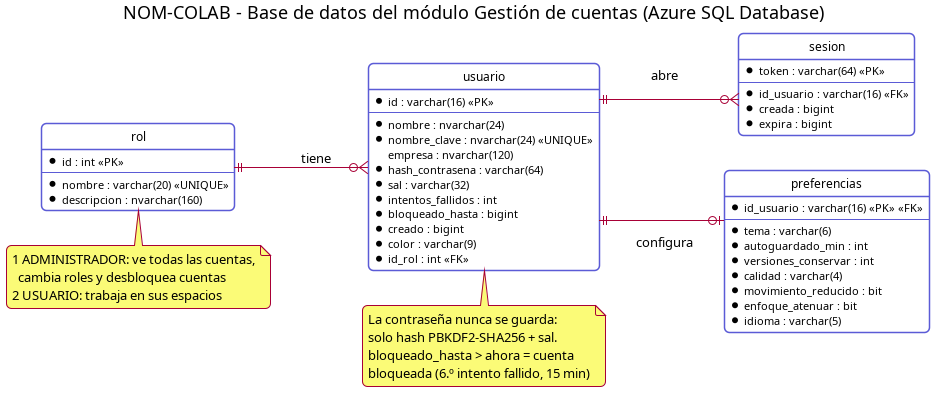
TruTruMaster/NOM-COLAB keeps this PlantUML diagram as 4-CODIGO/diagramas/png/17-er-cuentas.png. Above is the earlier version. Its source is kept beside it as 4-CODIGO/diagramas/src/17-er-cuentas.puml.
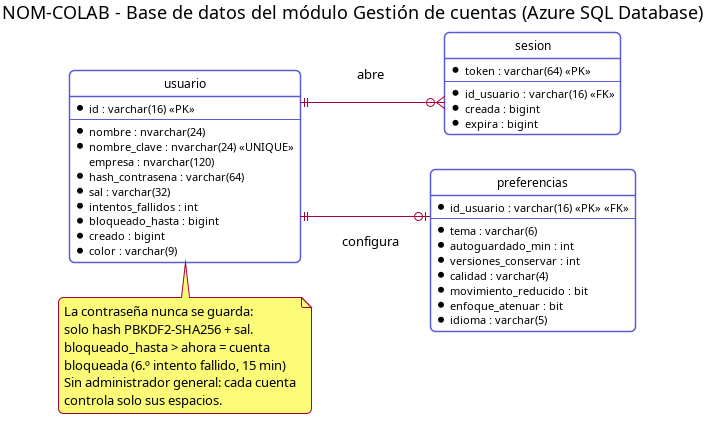
The same diagram one commit later.

Diff of the diagram source:
```diff
@@ -12,13 +12,6 @@
 hide circle
 left to right direction
 
-entity "rol" as rol {
-  * id : int <<PK>>
-  --
-  * nombre : varchar(20) <<UNIQUE>>
-  * descripcion : nvarchar(160)
-}
-
 entity "usuario" as usuario {
   * id : varchar(16) <<PK>>
   --
@@ -31,7 +24,6 @@
   * bloqueado_hasta : bigint
   * creado : bigint
   * color : varchar(9)
-  * id_rol : int <<FK>>
 }
 
 entity "sesion" as sesion {
@@ -54,19 +46,15 @@
   * idioma : varchar(5)
 }
 
-rol ||--o{ usuario : "tiene"
 usuario ||--o{ sesion : "abre"
 usuario ||--o| pref : "configura"
 
-note bottom of rol
-  1 ADMINISTRADOR: ve todas las cuentas,
-    cambia roles y desbloquea cuentas
-  2 USUARIO: trabaja en sus espacios
-end note
 note bottom of usuario
   La contraseña nunca se guarda:
   solo hash PBKDF2-SHA256 + sal.
   bloqueado_hasta > ahora = cuenta
   bloqueada (6.º intento fallido, 15 min)
+  Sin administrador general: cada cuenta
+  controla solo sus espacios.
 end note
 @enduml
```
